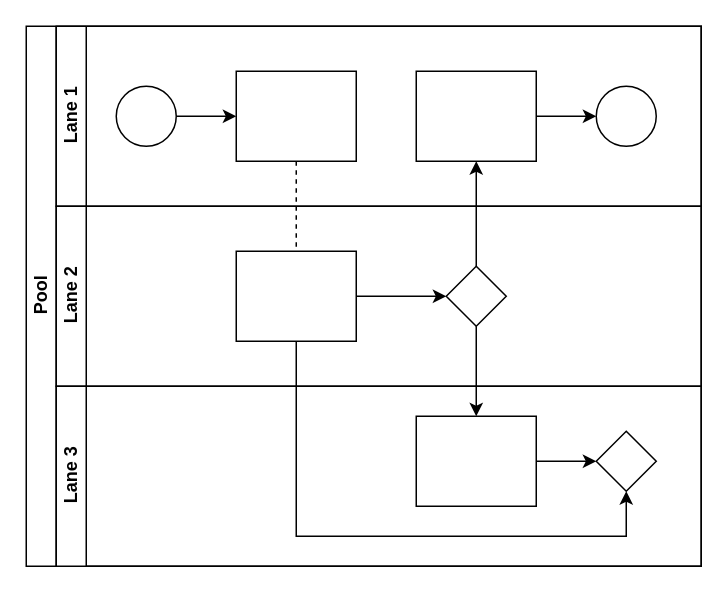
Earlier version of the draw.io diagram 未命名绘图.drawio (tautauon/AHH). Source tidied: cells renumbered, new cells numbered last; positions are measured from the earlier drawing's top-left corner, leaving out a move shared by most shapes. Both pictures are drawn from the tidied source at 150%, with x=0, y=0 at pixel (26, 26).
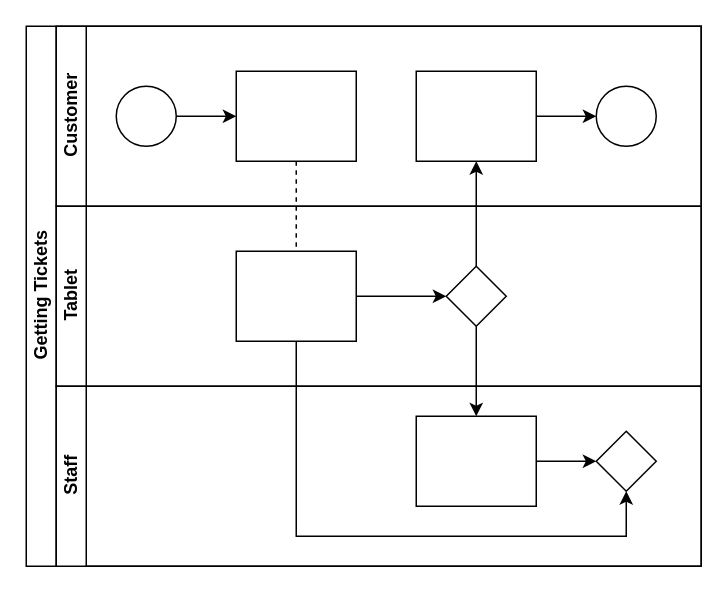
The same page after the edit.

The edit, as a diff of the source:
```diff
@@
-    <mxCell id="2" value="Pool" style="swimlane;html=1;horizontal=0;startSize=20;" parent="1" vertex="1">
+    <mxCell id="2" value="Getting Tickets" style="swimlane;html=1;horizontal=0;startSize=20;" parent="1" vertex="1">
       <mxGeometry width="450" height="360" as="geometry" />
     </mxCell>
@@
-    <mxCell id="7" value="Lane 1" style="swimlane;html=1;startSize=20;horizontal=0;" parent="2" vertex="1">
+    <mxCell id="7" value="Customer" style="swimlane;html=1;startSize=20;horizontal=0;" parent="2" vertex="1">
       <mxGeometry x="20" width="430" height="120" as="geometry" />
     </mxCell>
@@
-    <mxCell id="14" value="Lane 2" style="swimlane;html=1;startSize=20;horizontal=0;" parent="2" vertex="1">
+    <mxCell id="14" value="Tablet" style="swimlane;html=1;startSize=20;horizontal=0;" parent="2" vertex="1">
       <mxGeometry x="20" y="120" width="430" height="120" as="geometry" />
     </mxCell>
@@
-    <mxCell id="18" value="Lane 3" style="swimlane;html=1;startSize=20;horizontal=0;" parent="2" vertex="1">
+    <mxCell id="18" value="Staff" style="swimlane;html=1;startSize=20;horizontal=0;" parent="2" vertex="1">
       <mxGeometry x="20" y="240" width="430" height="120" as="geometry" />
     </mxCell>
```
